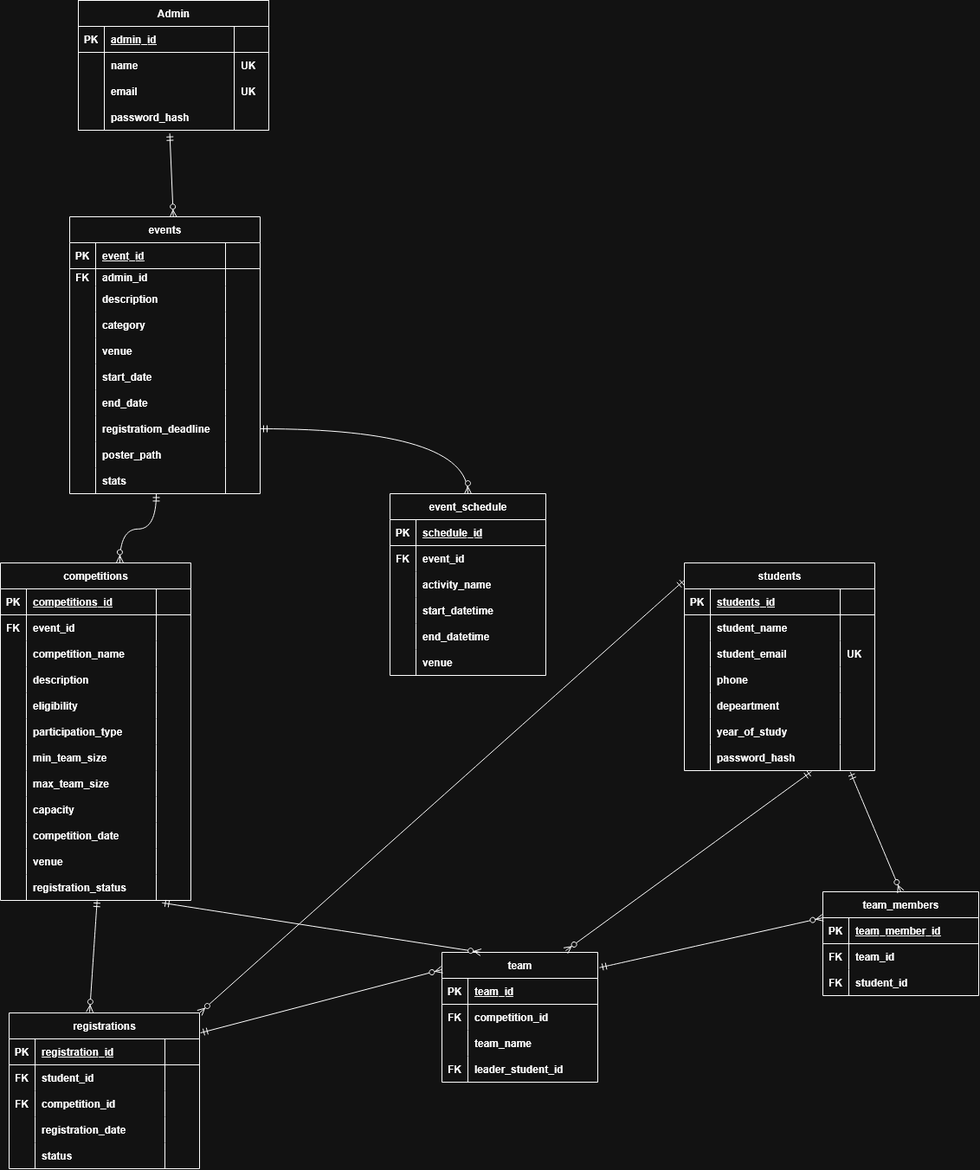
This is Cultura Database.drawio.png from vincentgit777-a11y/Cultura, a draw.io export, as it was before one commit. Source tidied: cells renumbered, new cells last; positions are measured from the earlier drawing's top-left corner, leaving out a move shared by most shapes.
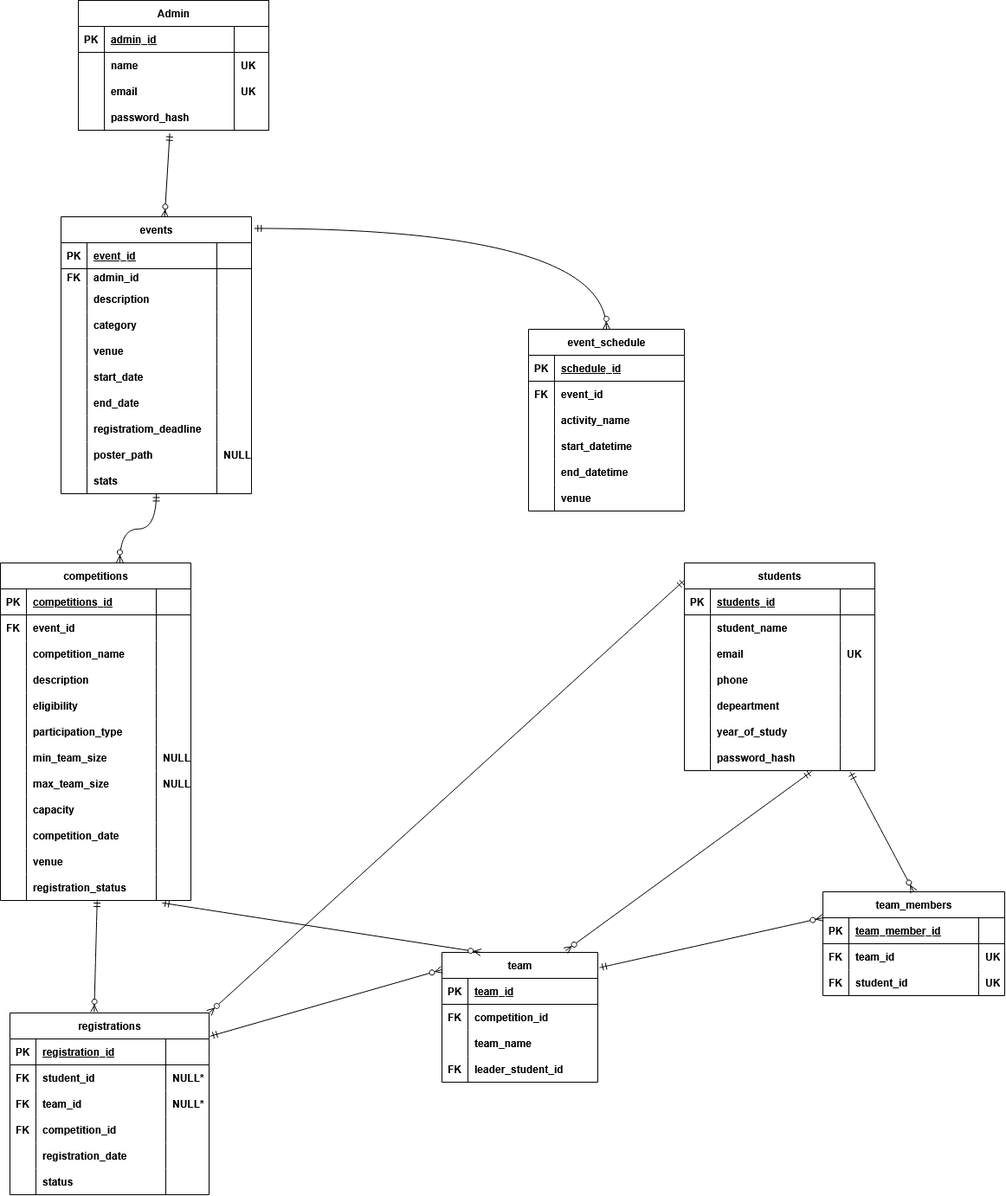
After the change.

Change to the diagram source:
```diff
@@ -56,3 +56,3 @@
     <mxCell id="19" value="events" style="shape=table;startSize=30;rowLines=0;fontStyle=1;align=center;html=1;strokeColor=default;verticalAlign=middle;fontFamily=Helvetica;fontSize=12;fontColor=default;fillColor=default;" parent="1" vertex="1">
-      <mxGeometry x="80" y="250" width="220" height="320" as="geometry" />
+      <mxGeometry x="70" y="250" width="220" height="320" as="geometry" />
     </mxCell>
@@ -163,3 +163,3 @@
     </mxCell>
-    <mxCell id="55" style="shape=partialRectangle;fillColor=none;top=0;left=0;bottom=0;right=0;align=left;spacingLeft=6;overflow=hidden;whiteSpace=wrap;html=1;strokeColor=default;verticalAlign=middle;fontFamily=Helvetica;fontSize=12;fontColor=default;fontStyle=1;" parent="52" vertex="1">
+    <mxCell id="55" value="NULL" style="shape=partialRectangle;fillColor=none;top=0;left=0;bottom=0;right=0;align=left;spacingLeft=6;overflow=hidden;whiteSpace=wrap;html=1;strokeColor=default;verticalAlign=middle;fontFamily=Helvetica;fontSize=12;fontColor=default;fontStyle=1;" parent="52" vertex="1">
       <mxGeometry x="180" width="40" height="30" as="geometry" />
@@ -211,3 +211,3 @@
     </mxCell>
-    <mxCell id="71" value="student_email" style="shape=partialRectangle;fillColor=none;top=0;left=0;bottom=0;right=0;align=left;spacingLeft=6;overflow=hidden;whiteSpace=wrap;html=1;strokeColor=default;verticalAlign=middle;fontFamily=Helvetica;fontSize=12;fontColor=default;fontStyle=1;" parent="69" vertex="1">
+    <mxCell id="71" value="email" style="shape=partialRectangle;fillColor=none;top=0;left=0;bottom=0;right=0;align=left;spacingLeft=6;overflow=hidden;whiteSpace=wrap;html=1;strokeColor=default;verticalAlign=middle;fontFamily=Helvetica;fontSize=12;fontColor=default;fontStyle=1;" parent="69" vertex="1">
       <mxGeometry x="30" width="150" height="30" as="geometry" />
@@ -349,3 +349,3 @@
     </mxCell>
-    <mxCell id="117" style="shape=partialRectangle;fillColor=none;top=0;left=0;bottom=0;right=0;align=left;spacingLeft=6;overflow=hidden;whiteSpace=wrap;html=1;strokeColor=default;verticalAlign=middle;fontFamily=Helvetica;fontSize=12;fontColor=default;fontStyle=1;" parent="114" vertex="1">
+    <mxCell id="117" value="NULL" style="shape=partialRectangle;fillColor=none;top=0;left=0;bottom=0;right=0;align=left;spacingLeft=6;overflow=hidden;whiteSpace=wrap;html=1;strokeColor=default;verticalAlign=middle;fontFamily=Helvetica;fontSize=12;fontColor=default;fontStyle=1;" parent="114" vertex="1">
       <mxGeometry x="180" width="40" height="30" as="geometry" />
@@ -361,3 +361,3 @@
     </mxCell>
-    <mxCell id="121" style="shape=partialRectangle;fillColor=none;top=0;left=0;bottom=0;right=0;align=left;spacingLeft=6;overflow=hidden;whiteSpace=wrap;html=1;strokeColor=default;verticalAlign=middle;fontFamily=Helvetica;fontSize=12;fontColor=default;fontStyle=1;" parent="118" vertex="1">
+    <mxCell id="121" value="NULL" style="shape=partialRectangle;fillColor=none;top=0;left=0;bottom=0;right=0;align=left;spacingLeft=6;overflow=hidden;whiteSpace=wrap;html=1;strokeColor=default;verticalAlign=middle;fontFamily=Helvetica;fontSize=12;fontColor=default;fontStyle=1;" parent="118" vertex="1">
       <mxGeometry x="180" width="40" height="30" as="geometry" />
@@ -413,6 +413,6 @@
     <mxCell id="138" value="registrations" style="shape=table;startSize=30;rowLines=0;fontStyle=1;align=center;html=1;strokeColor=default;verticalAlign=middle;fontFamily=Helvetica;fontSize=12;fontColor=default;fillColor=default;" parent="1" vertex="1">
-      <mxGeometry x="10" y="1170" width="220" height="180" as="geometry" />
+      <mxGeometry x="11" y="1170" width="230" height="210" as="geometry" />
     </mxCell>
     <mxCell id="139" style="shape=tableRow;horizontal=0;startSize=0;swimlaneHead=0;swimlaneBody=0;fillColor=none;top=0;left=0;right=0;bottom=1;strokeColor=default;align=center;verticalAlign=middle;fontFamily=Helvetica;fontSize=12;fontColor=default;fontStyle=1;" parent="138" vertex="1">
-      <mxGeometry y="30" width="220" height="30" as="geometry" />
+      <mxGeometry y="30" width="230" height="30" as="geometry" />
     </mxCell>
@@ -425,6 +425,6 @@
     <mxCell id="142" style="shape=partialRectangle;fillColor=none;top=0;left=0;bottom=0;right=0;align=left;spacingLeft=6;fontStyle=5;overflow=hidden;whiteSpace=wrap;html=1;strokeColor=default;verticalAlign=middle;fontFamily=Helvetica;fontSize=12;fontColor=default;" parent="139" vertex="1">
-      <mxGeometry x="180" width="40" height="30" as="geometry" />
+      <mxGeometry x="180" width="50" height="30" as="geometry" />
     </mxCell>
     <mxCell id="143" style="shape=tableRow;horizontal=0;startSize=0;swimlaneHead=0;swimlaneBody=0;fillColor=none;top=0;left=0;right=0;bottom=0;strokeColor=default;align=center;verticalAlign=middle;fontFamily=Helvetica;fontSize=12;fontColor=default;fontStyle=1;" parent="138" vertex="1">
-      <mxGeometry y="60" width="220" height="30" as="geometry" />
+      <mxGeometry y="60" width="230" height="30" as="geometry" />
     </mxCell>
@@ -436,7 +436,19 @@
     </mxCell>
-    <mxCell id="146" style="shape=partialRectangle;fillColor=none;top=0;left=0;bottom=0;right=0;align=left;spacingLeft=6;overflow=hidden;whiteSpace=wrap;html=1;strokeColor=default;verticalAlign=middle;fontFamily=Helvetica;fontSize=12;fontColor=default;fontStyle=1;" parent="143" vertex="1">
-      <mxGeometry x="180" width="40" height="30" as="geometry" />
+    <mxCell id="146" value="NULL*" style="shape=partialRectangle;fillColor=none;top=0;left=0;bottom=0;right=0;align=left;spacingLeft=6;overflow=hidden;whiteSpace=wrap;html=1;strokeColor=default;verticalAlign=middle;fontFamily=Helvetica;fontSize=12;fontColor=default;fontStyle=1;" parent="143" vertex="1">
+      <mxGeometry x="180" width="50" height="30" as="geometry" />
     </mxCell>
+    <mxCell id="211" style="shape=tableRow;horizontal=0;startSize=0;swimlaneHead=0;swimlaneBody=0;fillColor=none;top=0;left=0;right=0;bottom=0;strokeColor=default;align=center;verticalAlign=middle;fontFamily=Helvetica;fontSize=12;fontColor=default;fontStyle=1;" parent="138" vertex="1">
+      <mxGeometry y="90" width="230" height="30" as="geometry" />
+    </mxCell>
+    <mxCell id="212" value="FK" style="shape=partialRectangle;fillColor=none;top=0;left=0;bottom=0;right=0;overflow=hidden;whiteSpace=wrap;html=1;strokeColor=default;align=center;verticalAlign=middle;fontFamily=Helvetica;fontSize=12;fontColor=default;fontStyle=1;" parent="211" vertex="1">
+      <mxGeometry width="30" height="30" as="geometry" />
+    </mxCell>
+    <mxCell id="213" value="team_id" style="shape=partialRectangle;fillColor=none;top=0;left=0;bottom=0;right=0;align=left;spacingLeft=6;overflow=hidden;whiteSpace=wrap;html=1;strokeColor=default;verticalAlign=middle;fontFamily=Helvetica;fontSize=12;fontColor=default;fontStyle=1;" parent="211" vertex="1">
+      <mxGeometry x="30" width="150" height="30" as="geometry" />
+    </mxCell>
+    <mxCell id="214" value="NULL*" style="shape=partialRectangle;fillColor=none;top=0;left=0;bottom=0;right=0;align=left;spacingLeft=6;overflow=hidden;whiteSpace=wrap;html=1;strokeColor=default;verticalAlign=middle;fontFamily=Helvetica;fontSize=12;fontColor=default;fontStyle=1;" parent="211" vertex="1">
+      <mxGeometry x="180" width="50" height="30" as="geometry" />
+    </mxCell>
     <mxCell id="147" style="shape=tableRow;horizontal=0;startSize=0;swimlaneHead=0;swimlaneBody=0;fillColor=none;top=0;left=0;right=0;bottom=0;strokeColor=default;align=center;verticalAlign=middle;fontFamily=Helvetica;fontSize=12;fontColor=default;fontStyle=1;" parent="138" vertex="1">
-      <mxGeometry y="90" width="220" height="30" as="geometry" />
+      <mxGeometry y="120" width="230" height="30" as="geometry" />
     </mxCell>
@@ -449,6 +461,6 @@
     <mxCell id="150" style="shape=partialRectangle;fillColor=none;top=0;left=0;bottom=0;right=0;align=left;spacingLeft=6;overflow=hidden;whiteSpace=wrap;html=1;strokeColor=default;verticalAlign=middle;fontFamily=Helvetica;fontSize=12;fontColor=default;fontStyle=1;" parent="147" vertex="1">
-      <mxGeometry x="180" width="40" height="30" as="geometry" />
+      <mxGeometry x="180" width="50" height="30" as="geometry" />
     </mxCell>
     <mxCell id="151" style="shape=tableRow;horizontal=0;startSize=0;swimlaneHead=0;swimlaneBody=0;fillColor=none;top=0;left=0;right=0;bottom=0;strokeColor=default;align=center;verticalAlign=middle;fontFamily=Helvetica;fontSize=12;fontColor=default;fontStyle=1;" parent="138" vertex="1">
-      <mxGeometry y="120" width="220" height="30" as="geometry" />
+      <mxGeometry y="150" width="230" height="30" as="geometry" />
     </mxCell>
@@ -461,6 +473,6 @@
     <mxCell id="154" style="shape=partialRectangle;fillColor=none;top=0;left=0;bottom=0;right=0;align=left;spacingLeft=6;overflow=hidden;whiteSpace=wrap;html=1;strokeColor=default;verticalAlign=middle;fontFamily=Helvetica;fontSize=12;fontColor=default;fontStyle=1;" parent="151" vertex="1">
-      <mxGeometry x="180" width="40" height="30" as="geometry" />
+      <mxGeometry x="180" width="50" height="30" as="geometry" />
     </mxCell>
     <mxCell id="155" style="shape=tableRow;horizontal=0;startSize=0;swimlaneHead=0;swimlaneBody=0;fillColor=none;top=0;left=0;right=0;bottom=0;strokeColor=default;align=center;verticalAlign=middle;fontFamily=Helvetica;fontSize=12;fontColor=default;fontStyle=1;" parent="138" vertex="1">
-      <mxGeometry y="150" width="220" height="30" as="geometry" />
+      <mxGeometry y="180" width="230" height="30" as="geometry" />
     </mxCell>
@@ -473,6 +485,6 @@
     <mxCell id="158" style="shape=partialRectangle;fillColor=none;top=0;left=0;bottom=0;right=0;align=left;spacingLeft=6;overflow=hidden;whiteSpace=wrap;html=1;strokeColor=default;verticalAlign=middle;fontFamily=Helvetica;fontSize=12;fontColor=default;fontStyle=1;" parent="155" vertex="1">
-      <mxGeometry x="180" width="40" height="30" as="geometry" />
+      <mxGeometry x="180" width="50" height="30" as="geometry" />
     </mxCell>
     <mxCell id="159" value="event_schedule" style="shape=table;startSize=30;rowLines=0;fontStyle=1;align=center;html=1;strokeColor=default;verticalAlign=middle;fontFamily=Helvetica;fontSize=12;fontColor=default;fillColor=default;" parent="1" vertex="1">
-      <mxGeometry x="450" y="570" width="180" height="210" as="geometry" />
+      <mxGeometry x="610" y="380" width="180" height="210" as="geometry" />
     </mxCell>
@@ -572,6 +584,6 @@
     <mxCell id="191" value="team_members" style="shape=table;startSize=30;rowLines=0;fontStyle=1;align=center;html=1;strokeColor=default;verticalAlign=middle;fontFamily=Helvetica;fontSize=12;fontColor=default;fillColor=default;" parent="1" vertex="1">
-      <mxGeometry x="950" y="1030" width="180" height="120" as="geometry" />
+      <mxGeometry x="950" y="1030" width="210" height="120" as="geometry" />
     </mxCell>
     <mxCell id="192" style="shape=tableRow;horizontal=0;startSize=0;swimlaneHead=0;swimlaneBody=0;fillColor=none;top=0;left=0;right=0;bottom=1;strokeColor=default;align=center;verticalAlign=middle;fontFamily=Helvetica;fontSize=12;fontColor=default;fontStyle=1;" parent="191" vertex="1">
-      <mxGeometry y="30" width="180" height="30" as="geometry" />
+      <mxGeometry y="30" width="210" height="30" as="geometry" />
     </mxCell>
@@ -583,4 +595,7 @@
     </mxCell>
+    <mxCell id="215" style="shape=partialRectangle;fillColor=none;top=0;left=0;bottom=0;right=0;align=left;spacingLeft=6;fontStyle=5;overflow=hidden;whiteSpace=wrap;html=1;strokeColor=default;verticalAlign=middle;fontFamily=Helvetica;fontSize=12;fontColor=default;" parent="192" vertex="1">
+      <mxGeometry x="180" width="30" height="30" as="geometry" />
+    </mxCell>
     <mxCell id="195" style="shape=tableRow;horizontal=0;startSize=0;swimlaneHead=0;swimlaneBody=0;fillColor=none;top=0;left=0;right=0;bottom=0;strokeColor=default;align=center;verticalAlign=middle;fontFamily=Helvetica;fontSize=12;fontColor=default;fontStyle=1;" parent="191" vertex="1">
-      <mxGeometry y="60" width="180" height="30" as="geometry" />
+      <mxGeometry y="60" width="210" height="30" as="geometry" />
     </mxCell>
@@ -592,4 +607,7 @@
     </mxCell>
+    <mxCell id="216" value="UK" style="shape=partialRectangle;fillColor=none;top=0;left=0;bottom=0;right=0;align=left;spacingLeft=6;overflow=hidden;whiteSpace=wrap;html=1;strokeColor=default;verticalAlign=middle;fontFamily=Helvetica;fontSize=12;fontColor=default;fontStyle=1;" parent="195" vertex="1">
+      <mxGeometry x="180" width="30" height="30" as="geometry" />
+    </mxCell>
     <mxCell id="198" style="shape=tableRow;horizontal=0;startSize=0;swimlaneHead=0;swimlaneBody=0;fillColor=none;top=0;left=0;right=0;bottom=0;strokeColor=default;align=center;verticalAlign=middle;fontFamily=Helvetica;fontSize=12;fontColor=default;fontStyle=1;" parent="191" vertex="1">
-      <mxGeometry y="90" width="180" height="30" as="geometry" />
+      <mxGeometry y="90" width="210" height="30" as="geometry" />
     </mxCell>
@@ -601,2 +619,5 @@
     </mxCell>
+    <mxCell id="217" value="UK" style="shape=partialRectangle;fillColor=none;top=0;left=0;bottom=0;right=0;align=left;spacingLeft=6;overflow=hidden;whiteSpace=wrap;html=1;strokeColor=default;verticalAlign=middle;fontFamily=Helvetica;fontSize=12;fontColor=default;fontStyle=1;" parent="198" vertex="1">
+      <mxGeometry x="180" width="30" height="30" as="geometry" />
+    </mxCell>
     <mxCell id="201" style="fontSize=12;html=1;endArrow=ERzeroToMany;startArrow=ERmandOne;rounded=0;defaultLabelBackgroundColor=page;exitX=0;exitY=0.083;exitDx=0;exitDy=0;exitPerimeter=0;entryX=1;entryY=0;entryDx=0;entryDy=0;curved=1;curveGeometry=1;" parent="1" edge="1" source="60" target="138">
@@ -621,3 +642,3 @@
     </mxCell>
-    <mxCell id="207" style="edgeStyle=orthogonalEdgeStyle;fontSize=12;html=1;endArrow=ERzeroToMany;startArrow=ERmandOne;rounded=0;defaultLabelBackgroundColor=page;exitX=1;exitY=0.5;exitDx=0;exitDy=0;entryX=0.5;entryY=0;entryDx=0;entryDy=0;curved=1;curveGeometry=1;" parent="1" edge="1" source="48" target="159">
+    <mxCell id="207" style="edgeStyle=orthogonalEdgeStyle;fontSize=12;html=1;endArrow=ERzeroToMany;startArrow=ERmandOne;rounded=0;defaultLabelBackgroundColor=page;exitX=1.015;exitY=0.042;exitDx=0;exitDy=0;entryX=0.5;entryY=0;entryDx=0;entryDy=0;curved=1;curveGeometry=1;exitPerimeter=0;" parent="1" edge="1" source="19" target="159">
       <mxGeometry relative="1" as="geometry" />
@@ -630,3 +651,3 @@
     </mxCell>
-    <mxCell id="210" style="fontSize=12;html=1;endArrow=ERzeroToMany;startArrow=ERmandOne;rounded=0;defaultLabelBackgroundColor=page;exitX=0.48;exitY=1.122;exitDx=0;exitDy=0;exitPerimeter=0;entryX=0.544;entryY=0.001;entryDx=0;entryDy=0;entryPerimeter=0;" parent="1" edge="1" source="15" target="19">
+    <mxCell id="210" style="fontSize=12;html=1;endArrow=ERzeroToMany;startArrow=ERmandOne;rounded=0;defaultLabelBackgroundColor=page;exitX=0.48;exitY=1.122;exitDx=0;exitDy=0;exitPerimeter=0;entryX=0.544;entryY=0.001;entryDx=0;entryDy=0;entryPerimeter=0;curved=0;" parent="1" edge="1" source="15" target="19">
       <mxGeometry relative="1" as="geometry" />
```
